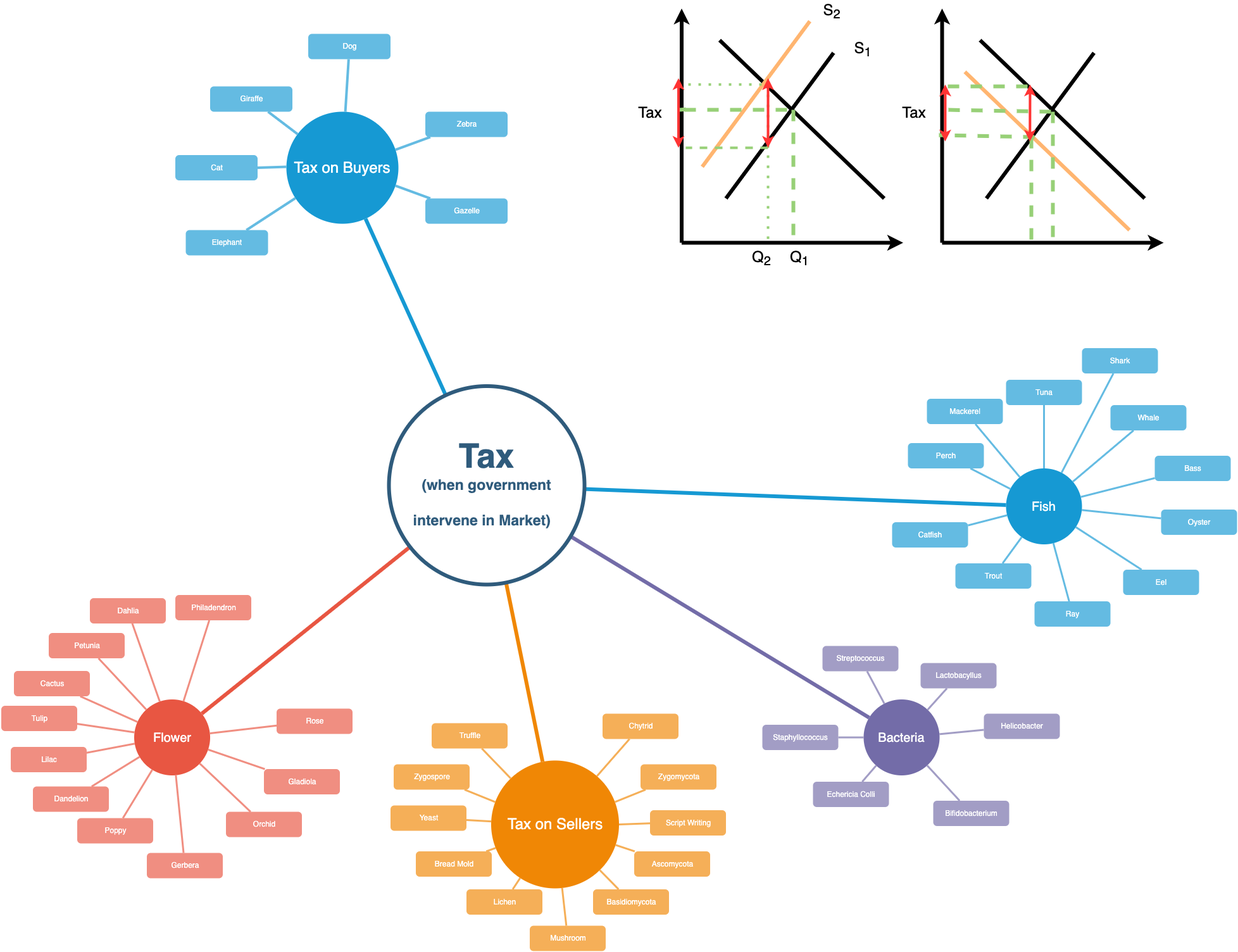
The draw.io diagram Tax.png in Linglei1226/Data_Science, before a commit. Source tidied: cells renumbered, new cells last; positions are measured from the earlier drawing's top-left corner, leaving out a move shared by most shapes.
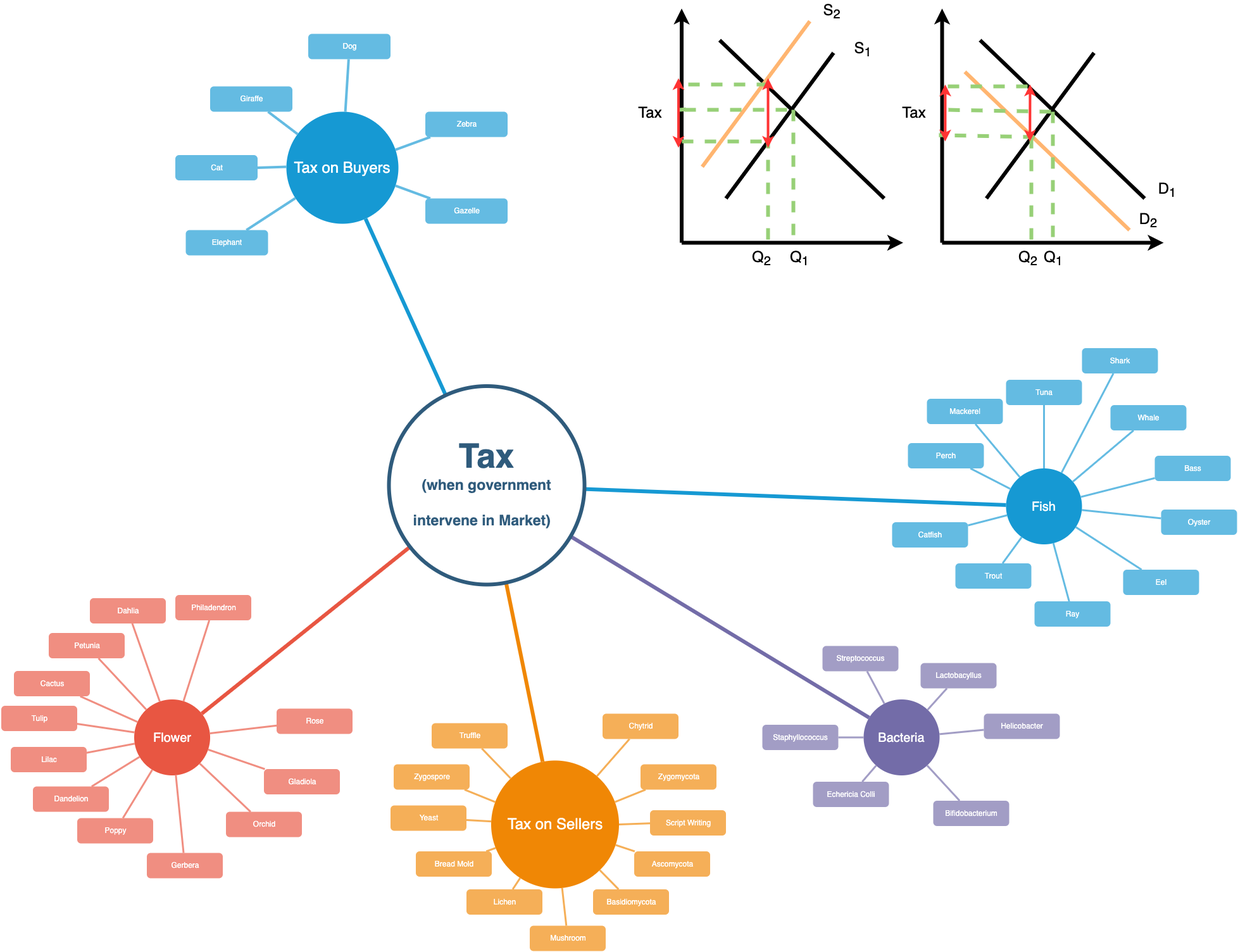
After the commit.

The edit, as a diff of the source:
```diff
@@ -383,24 +383,6 @@
         <mxPoint x="1072" y="170" as="targetPoint" />
       </mxGeometry>
     </mxCell>
-    <mxCell id="117" style="endArrow=none;dashed=1;html=1;dashPattern=1 3;strokeWidth=4;rounded=0;strokeColor=#97D077;fontSize=24;" parent="1" edge="1">
-      <mxGeometry relative="1" as="geometry">
-        <mxPoint x="1212" y="130" as="sourcePoint" />
-        <mxPoint x="1212" y="380" as="targetPoint" />
-      </mxGeometry>
-    </mxCell>
-    <mxCell id="118" style="endArrow=none;dashed=1;html=1;dashPattern=1 3;strokeWidth=4;rounded=0;strokeColor=#97D077;fontSize=24;" parent="1" edge="1">
-      <mxGeometry relative="1" as="geometry">
-        <mxPoint x="1202" y="130" as="sourcePoint" />
-        <mxPoint x="1072" y="130" as="targetPoint" />
-      </mxGeometry>
-    </mxCell>
-    <mxCell id="119" style="endArrow=none;dashed=1;html=1;rounded=0;strokeColor=#97D077;strokeWidth=4;fontSize=24;" parent="1" edge="1">
-      <mxGeometry relative="1" as="geometry">
-        <mxPoint x="1212" y="230" as="sourcePoint" />
-        <mxPoint x="1082" y="230" as="targetPoint" />
-      </mxGeometry>
-    </mxCell>
     <mxCell id="120" style="endArrow=none;dashed=1;html=1;rounded=0;strokeColor=#97D077;strokeWidth=6;fontSize=24;startArrow=none;" parent="1" edge="1">
       <mxGeometry relative="1" as="geometry">
         <mxPoint x="1072" y="167" as="sourcePoint" />
@@ -443,12 +425,6 @@
     <mxCell id="127" value="S&lt;sub&gt;2&lt;/sub&gt;" style="text;html=1;strokeColor=none;fillColor=none;align=center;verticalAlign=middle;whiteSpace=wrap;rounded=0;strokeWidth=6;fontSize=24;" parent="1" vertex="1">
       <mxGeometry x="1283" width="60" height="30" as="geometry" />
     </mxCell>
-    <mxCell id="128" style="endArrow=classic;startArrow=classic;html=1;rounded=0;strokeColor=#FF3333;strokeWidth=4;fontSize=24;" parent="1" edge="1">
-      <mxGeometry relative="1" as="geometry">
-        <mxPoint x="1212" y="120" as="sourcePoint" />
-        <mxPoint x="1212" y="230" as="targetPoint" />
-      </mxGeometry>
-    </mxCell>
     <mxCell id="129" style="endArrow=classic;startArrow=classic;html=1;rounded=0;strokeColor=#FF3333;strokeWidth=4;fontSize=24;" parent="1" edge="1">
       <mxGeometry relative="1" as="geometry">
         <mxPoint x="1070.5" y="120" as="sourcePoint" />
@@ -485,5 +461,41 @@
         <mxPoint x="1492.5" y="133" as="targetPoint" />
       </mxGeometry>
     </mxCell>
+    <mxCell id="137" value="Q&lt;sub&gt;2&lt;/sub&gt;" style="text;html=1;strokeColor=none;fillColor=none;align=center;verticalAlign=middle;whiteSpace=wrap;rounded=0;strokeWidth=6;fontSize=24;" parent="1" vertex="1">
+      <mxGeometry x="1593" y="390" width="60" height="30" as="geometry" />
+    </mxCell>
+    <mxCell id="138" value="Q&lt;sub&gt;1&lt;/sub&gt;" style="text;html=1;strokeColor=none;fillColor=none;align=center;verticalAlign=middle;whiteSpace=wrap;rounded=0;strokeWidth=6;fontSize=24;" parent="1" vertex="1">
+      <mxGeometry x="1633" y="390" width="60" height="30" as="geometry" />
+    </mxCell>
+    <mxCell id="139" value="D&lt;sub&gt;1&lt;/sub&gt;" style="text;html=1;strokeColor=none;fillColor=none;align=center;verticalAlign=middle;whiteSpace=wrap;rounded=0;strokeWidth=6;fontSize=24;" parent="1" vertex="1">
+      <mxGeometry x="1813" y="281.5" width="60" height="30" as="geometry" />
+    </mxCell>
+    <mxCell id="140" value="D&lt;sub&gt;2&lt;/sub&gt;" style="text;html=1;strokeColor=none;fillColor=none;align=center;verticalAlign=middle;whiteSpace=wrap;rounded=0;strokeWidth=6;fontSize=24;" parent="1" vertex="1">
+      <mxGeometry x="1783" y="330" width="60" height="30" as="geometry" />
+    </mxCell>
+    <mxCell id="141" style="endArrow=none;dashed=1;html=1;rounded=0;strokeColor=#97D077;strokeWidth=6;fontSize=24;" parent="1" edge="1">
+      <mxGeometry relative="1" as="geometry">
+        <mxPoint x="1202" y="220" as="sourcePoint" />
+        <mxPoint x="1070.5" y="220" as="targetPoint" />
+      </mxGeometry>
+    </mxCell>
+    <mxCell id="142" style="endArrow=none;dashed=1;html=1;rounded=0;strokeColor=#97D077;strokeWidth=6;fontSize=24;" parent="1" edge="1">
+      <mxGeometry relative="1" as="geometry">
+        <mxPoint x="1212" y="130" as="sourcePoint" />
+        <mxPoint x="1080.5" y="130" as="targetPoint" />
+      </mxGeometry>
+    </mxCell>
+    <mxCell id="143" style="endArrow=none;dashed=1;html=1;rounded=0;strokeColor=#97D077;strokeWidth=6;fontSize=24;" parent="1" edge="1">
+      <mxGeometry relative="1" as="geometry">
+        <mxPoint x="1212" y="213" as="sourcePoint" />
+        <mxPoint x="1212" y="380" as="targetPoint" />
+      </mxGeometry>
+    </mxCell>
+    <mxCell id="128" style="endArrow=classic;startArrow=classic;html=1;rounded=0;strokeColor=#FF3333;strokeWidth=4;fontSize=24;" parent="1" edge="1">
+      <mxGeometry relative="1" as="geometry">
+        <mxPoint x="1212" y="120" as="sourcePoint" />
+        <mxPoint x="1212" y="230" as="targetPoint" />
+      </mxGeometry>
+    </mxCell>
   </root>
 </mxGraphModel>
```
